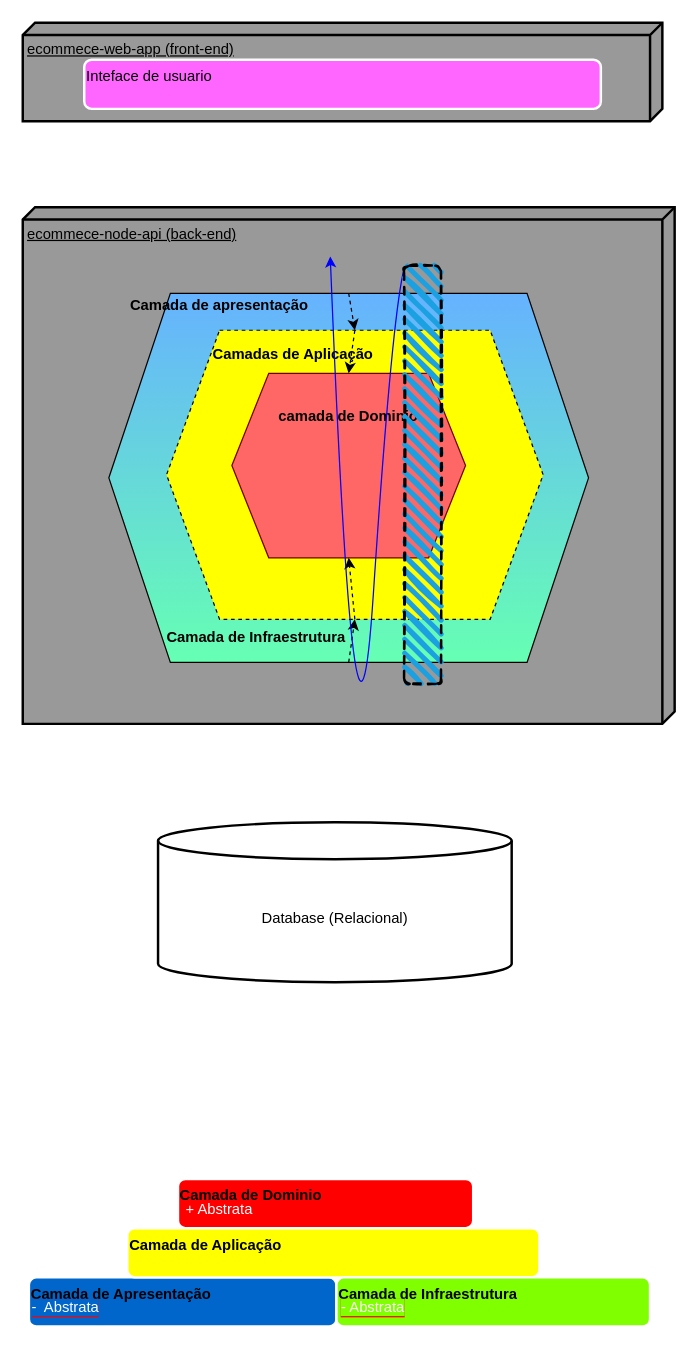
Earlier version of the draw.io diagram page "arquitetura em Hexagonal" (2 of 2) of requirements/ecommerce-arquitetura.drawio (JoaoVitorHipolito/ecommerce-node-api). Source tidied: cells renumbered, new cells numbered last; positions are measured from the earlier drawing's top-left corner, leaving out a move shared by most shapes. Both pictures are drawn from the tidied source at 123%, with x=0, y=0 at pixel (22, 22).
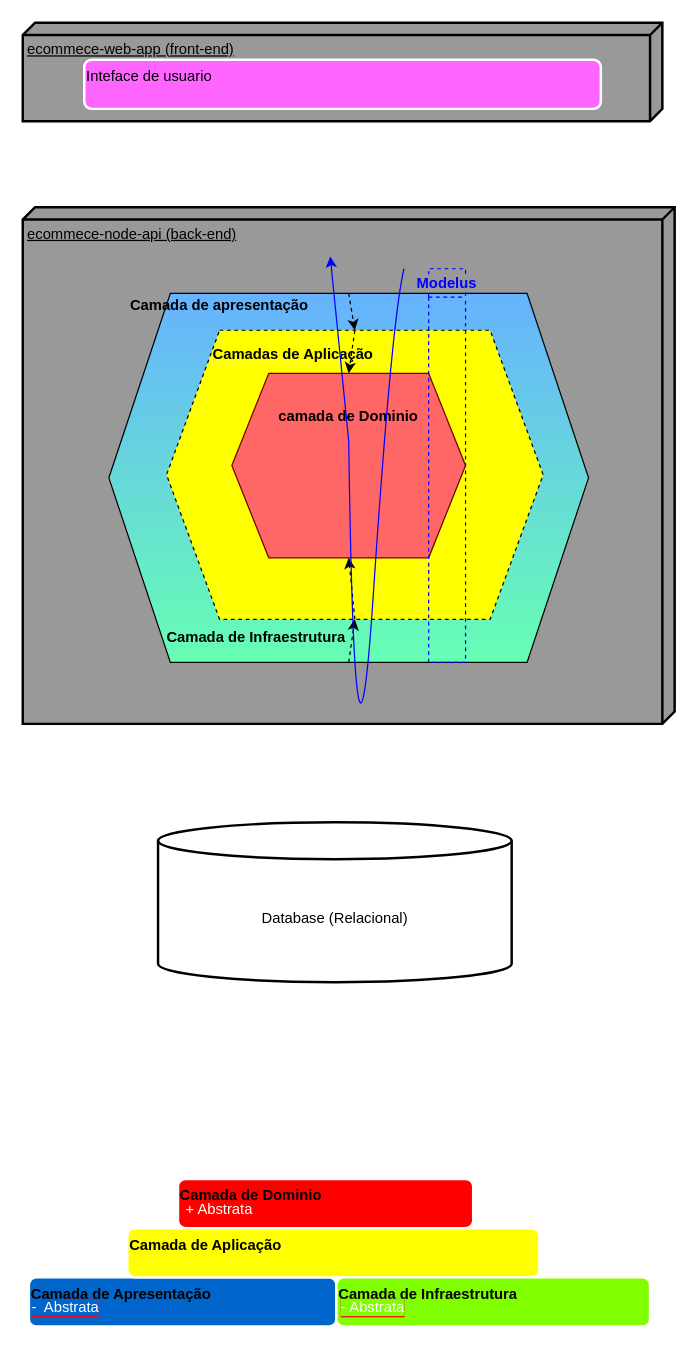
The same diagram, later.

Unchanged cells that the change refers to:
```xml
<mxCell id="9" value="&lt;font color=&quot;#000000&quot;&gt;&lt;b&gt;camada de Dominio&lt;/b&gt;&lt;/font&gt;" style="text;html=1;strokeColor=none;fillColor=none;align=center;verticalAlign=middle;whiteSpace=wrap;rounded=0;" parent="1" vertex="1">
  <mxGeometry x="195" y="300" width="140" height="40" as="geometry" />
</mxCell>
```

Diff of the diagram source:
```diff
@@
-    <mxCell id="17" style="curved=1;endArrow=classic;html=1;fontColor=#FFFFFF;fillColor=#0050ef;strokeColor=#0000FF;" parent="1" edge="1">
+    <mxCell id="17" style="curved=1;endArrow=classic;html=1;fontColor=#FFFFFF;fillColor=#0050ef;strokeColor=#0000FF;startArrow=none;exitX=0.5;exitY=1;exitDx=0;exitDy=0;" parent="1" edge="1" source="9">
       <mxGeometry relative="1" as="geometry">
-        <mxPoint x="310" y="200" as="sourcePoint" />
         <mxPoint x="250" y="190" as="targetPoint" />
         <Array as="points">
-          <mxPoint x="300" y="240" />
-          <mxPoint x="270" y="690" />
           <mxPoint x="250" y="190" />
         </Array>
       </mxGeometry>
     </mxCell>
-    <mxCell id="18" style="rounded=1;whiteSpace=wrap;html=1;strokeWidth=2;fillWeight=4;hachureGap=8;hachureAngle=45;fillColor=#1ba1e2;sketch=1;dashed=1;strokeColor=#000000;fontColor=#000000;" parent="1" vertex="1">
-      <mxGeometry x="310" y="197.5" width="30" height="340" as="geometry" />
-    </mxCell>
@@
+    <mxCell id="26" style="curved=1;endArrow=none;html=1;fontColor=#FFFFFF;fillColor=#0050ef;strokeColor=#0000FF;entryX=0.5;entryY=1;entryDx=0;entryDy=0;" parent="1" edge="1" target="9">
+      <mxGeometry relative="1" as="geometry">
+        <mxPoint x="310" y="200" as="sourcePoint" />
+        <Array as="points">
+          <mxPoint x="300" y="240" />
+          <mxPoint x="270" y="690" />
+        </Array>
+      </mxGeometry>
+    </mxCell>
+    <mxCell id="27" value="&lt;font style=&quot;background-color: rgb(153, 153, 153);&quot; color=&quot;#0000ff&quot;&gt;Modelus&lt;/font&gt;" style="swimlane;whiteSpace=wrap;html=1;dashed=1;strokeColor=#0000FF;fillColor=none;" parent="1" vertex="1">
+      <mxGeometry x="330" y="200" width="30" height="320" as="geometry" />
+    </mxCell>
```
